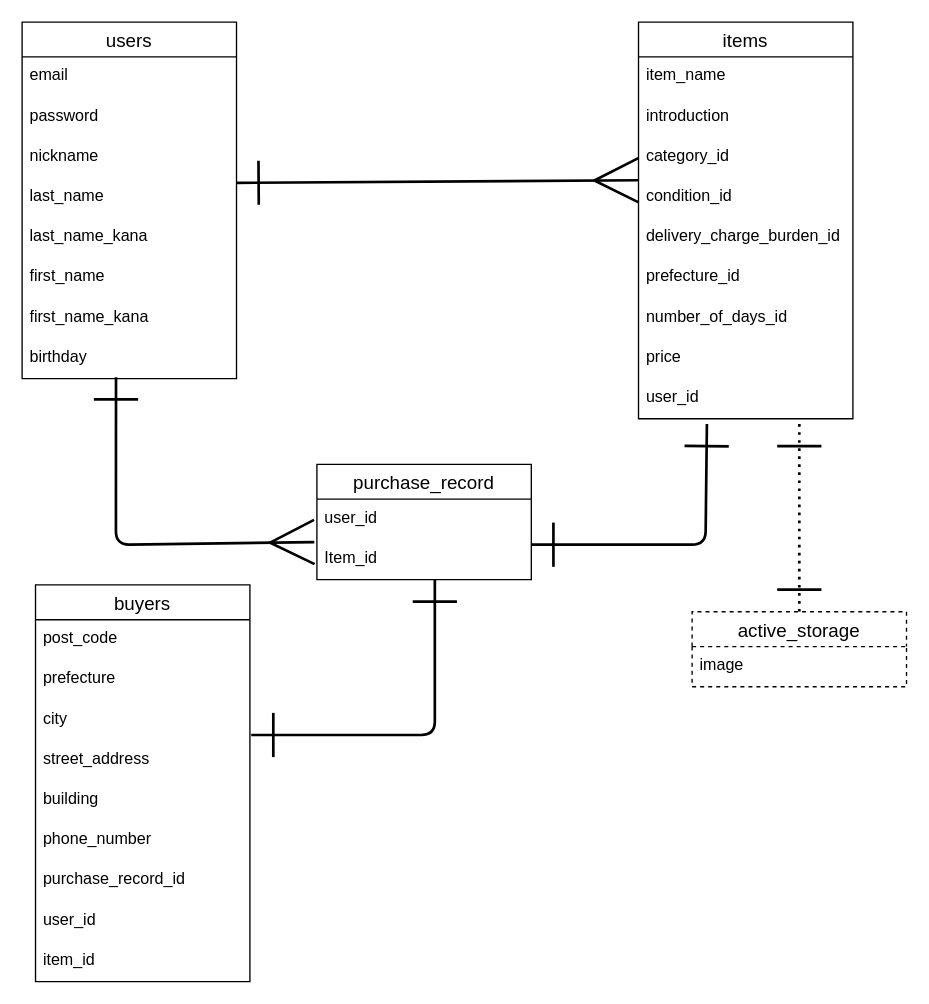
The draw.io diagram furima.dio in sakuraiswo/furima-40482, before the edit. Source tidied: cells renumbered, new cells numbered last; positions are measured from the earlier drawing's top-left corner, leaving out a move shared by most shapes. Both pictures are drawn from the tidied source at 134%, with x=0, y=0 at pixel (21, 21).
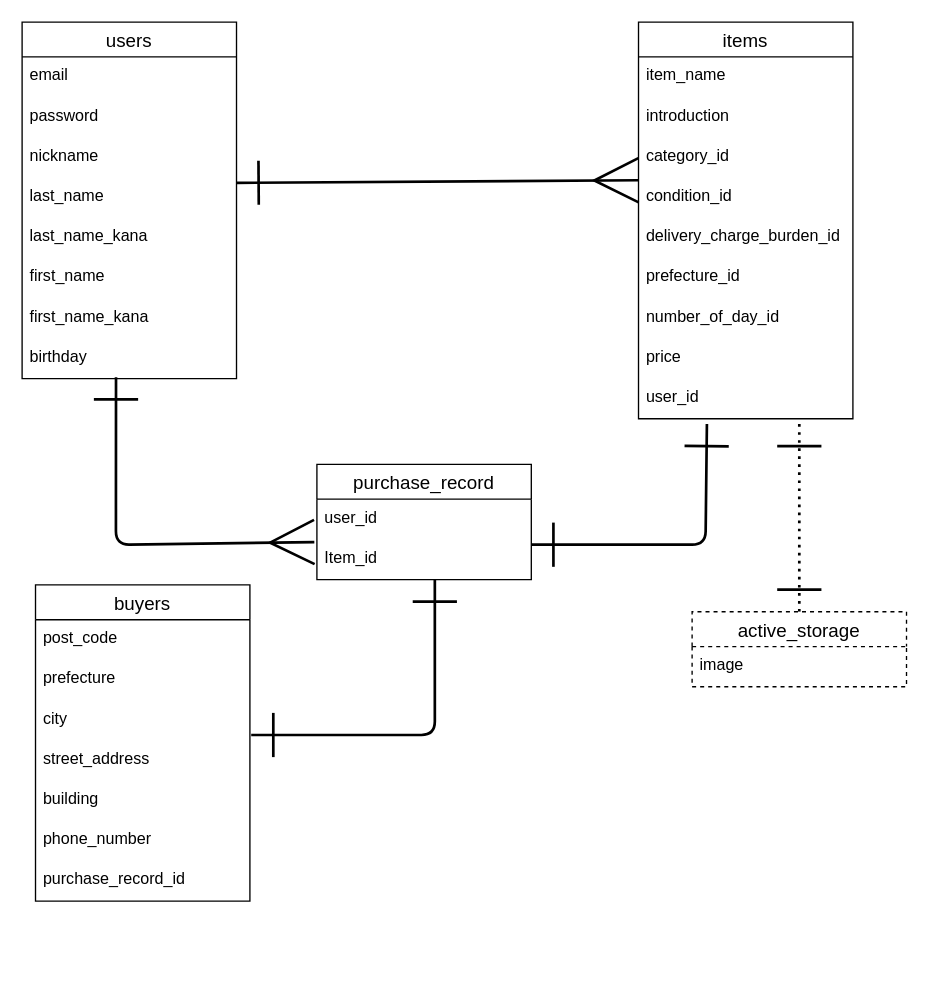
Above is the later version.

Commit message (it also covers changes not shown here):
ER図、READMEの修正3

Unchanged cells that the change refers to:
```xml
<mxCell id="11" value="items" style="swimlane;fontStyle=0;horizontal=1;startSize=26;align=center;fontSize=14;" parent="1" vertex="1">
  <mxGeometry x="460" width="160" height="296" as="geometry" />
</mxCell>
```

What changed in the source:
```diff
@@
-    <mxCell id="18" value="number_of_days_id" style="text;strokeColor=none;fillColor=none;spacingLeft=4;spacingRight=4;overflow=hidden;fontSize=12;" parent="11" vertex="1">
+    <mxCell id="18" value="number_of_day_id" style="text;strokeColor=none;fillColor=none;spacingLeft=4;spacingRight=4;overflow=hidden;fontSize=12;" parent="11" vertex="1">
       <mxGeometry y="206" width="160" height="30" as="geometry" />
     </mxCell>
@@
     <mxCell id="21" value="buyers" style="swimlane;fontStyle=0;horizontal=1;startSize=26;align=center;fontSize=14;" parent="1" vertex="1">
-      <mxGeometry x="10" y="420" width="160" height="296" as="geometry" />
+      <mxGeometry x="10" y="420" width="160" height="236" as="geometry" />
     </mxCell>
@@
-    <mxCell id="29" value="user_id" style="text;strokeColor=none;fillColor=none;spacingLeft=4;spacingRight=4;overflow=hidden;fontSize=12;" parent="21" vertex="1">
-      <mxGeometry y="236" width="160" height="30" as="geometry" />
-    </mxCell>
-    <mxCell id="30" value="item_id" style="text;strokeColor=none;fillColor=none;spacingLeft=4;spacingRight=4;overflow=hidden;fontSize=12;" parent="21" vertex="1">
-      <mxGeometry y="266" width="160" height="30" as="geometry" />
-    </mxCell>
```
